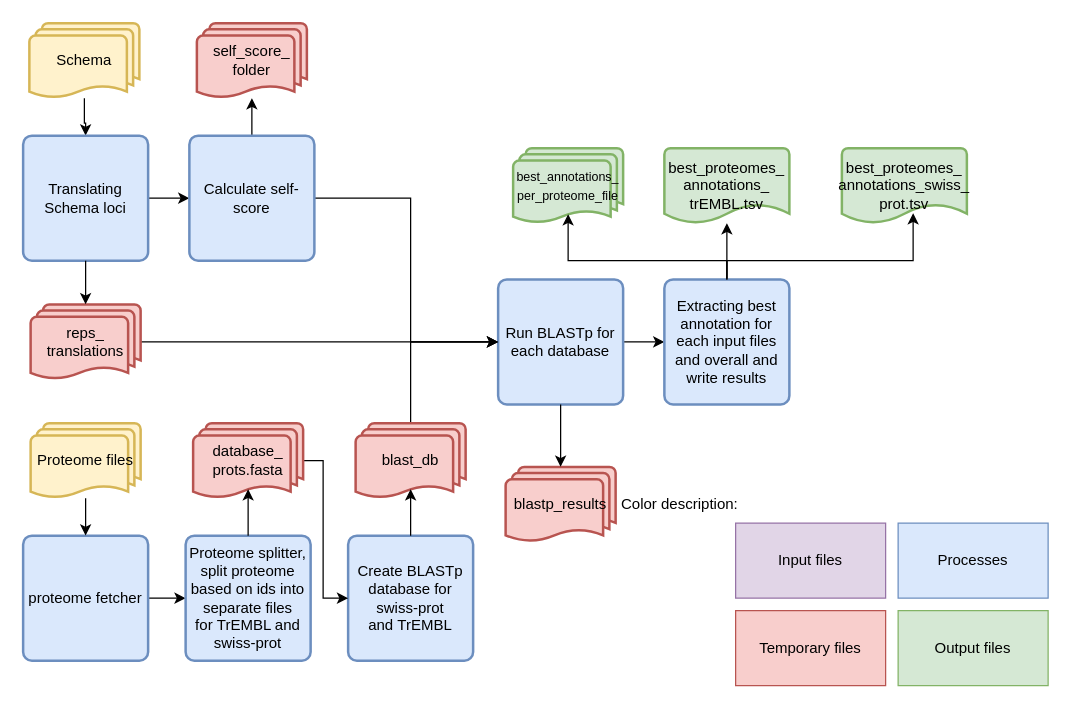
Above: SchemaRefinery/docs/SchemaRefinery/Modules/source/old/uniprot_proteomes_annotation.drawio in B-UMMI/Schema_Refinery (draw.io), before the change. Source tidied: cells renumbered, new cells numbered last; positions are measured from the earlier drawing's top-left corner, leaving out a move shared by most shapes. Both pictures are drawn from the tidied source at 125%, with x=0, y=0 at pixel (22, 22).
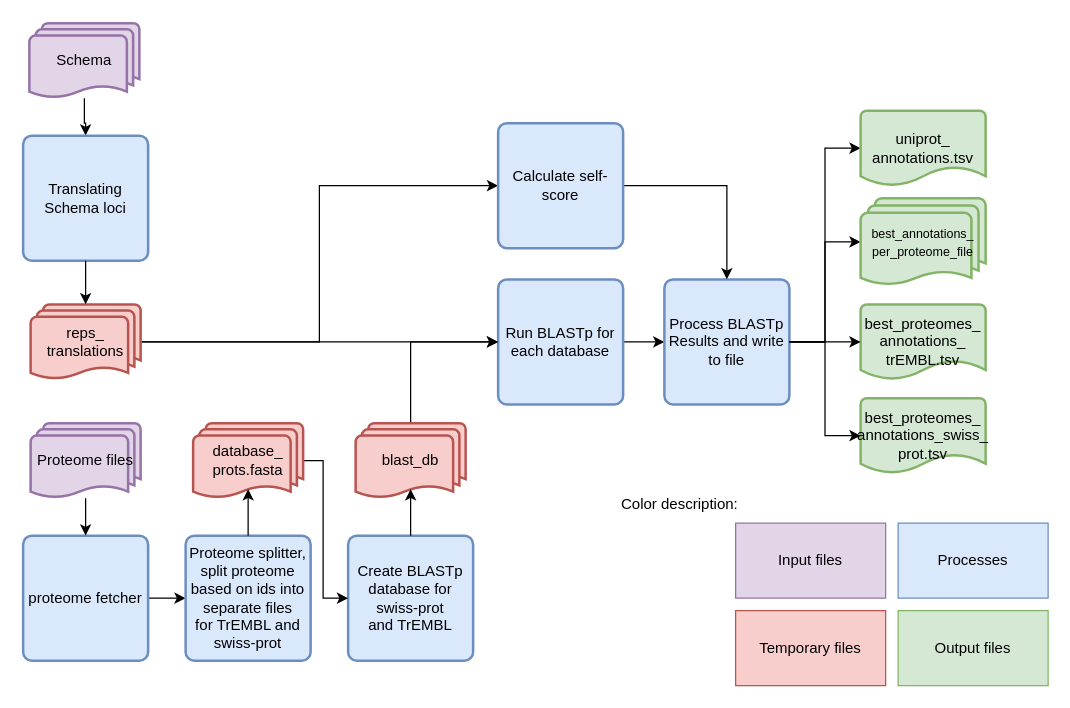
Above is the later version.

Unchanged cells that the change refers to:
```xml
<mxCell id="8" value="Run BLASTp for each database" style="rounded=1;whiteSpace=wrap;html=1;absoluteArcSize=1;arcSize=14;strokeWidth=2;fillColor=#dae8fc;strokeColor=#6c8ebf;" parent="1" vertex="1">
  <mxGeometry x="380" y="205" width="100" height="100" as="geometry" />
</mxCell>
<mxCell id="12" value="Translating Schema loci" style="rounded=1;whiteSpace=wrap;html=1;absoluteArcSize=1;arcSize=14;strokeWidth=2;fillColor=#dae8fc;strokeColor=#6c8ebf;" parent="1" vertex="1">
  <mxGeometry y="90" width="100" height="100" as="geometry" />
</mxCell>
<mxCell id="14" value="reps_&lt;div&gt;translations&lt;/div&gt;" style="strokeWidth=2;html=1;shape=mxgraph.flowchart.multi-document;whiteSpace=wrap;fillColor=#f8cecc;strokeColor=#b85450;" parent="1" vertex="1">
  <mxGeometry x="6" y="225" width="88" height="60" as="geometry" />
</mxCell>
```

Change to the diagram source:
```diff
@@
-    <mxCell id="5" value="Proteome files" style="strokeWidth=2;html=1;shape=mxgraph.flowchart.multi-document;whiteSpace=wrap;fillColor=#fff2cc;strokeColor=#d6b656;" parent="1" vertex="1">
+    <mxCell id="5" value="Proteome files" style="strokeWidth=2;html=1;shape=mxgraph.flowchart.multi-document;whiteSpace=wrap;fillColor=#E1D5E7;strokeColor=#9673A6;" parent="1" vertex="1">
       <mxGeometry x="6" y="320" width="88" height="60" as="geometry" />
     </mxCell>
@@
-    <mxCell id="10" value="Schema" style="strokeWidth=2;html=1;shape=mxgraph.flowchart.multi-document;whiteSpace=wrap;fillColor=#fff2cc;strokeColor=#d6b656;" parent="1" vertex="1">
+    <mxCell id="10" value="Schema" style="strokeWidth=2;html=1;shape=mxgraph.flowchart.multi-document;whiteSpace=wrap;fillColor=#E1D5E7;strokeColor=#9673A6;" parent="1" vertex="1">
       <mxGeometry x="5" width="88" height="60" as="geometry" />
     </mxCell>
-    <mxCell id="11" style="edgeStyle=orthogonalEdgeStyle;rounded=0;jettySize=auto;html=1;" parent="1" edge="1" source="12" target="23">
-      <mxGeometry relative="1" as="geometry" />
-    </mxCell>
@@
+    <mxCell id="41" style="edgeStyle=orthogonalEdgeStyle;rounded=0;jettySize=auto;html=1;entryX=0;entryY=0.5;entryDx=0;entryDy=0;" parent="1" edge="1" source="14" target="23">
+      <mxGeometry relative="1" as="geometry" />
+    </mxCell>
@@
-    <mxCell id="16" style="edgeStyle=orthogonalEdgeStyle;rounded=0;jettySize=auto;html=1;" parent="1" edge="1" source="17" target="24">
-      <mxGeometry relative="1" as="geometry" />
-    </mxCell>
+    <mxCell id="37" style="edgeStyle=orthogonalEdgeStyle;rounded=0;jettySize=auto;html=1;" parent="1" edge="1" source="17" target="18">
+      <mxGeometry relative="1" as="geometry" />
+    </mxCell>
-    <mxCell id="17" value="Extracting best annotation for each input files and overall and write results" style="rounded=1;whiteSpace=wrap;html=1;absoluteArcSize=1;arcSize=14;strokeWidth=2;fillColor=#dae8fc;strokeColor=#6c8ebf;" parent="1" vertex="1">
+    <mxCell id="17" value="Process BLASTp Results and write to file" style="rounded=1;whiteSpace=wrap;html=1;absoluteArcSize=1;arcSize=14;strokeWidth=2;fillColor=#dae8fc;strokeColor=#6c8ebf;" parent="1" vertex="1">
       <mxGeometry x="513" y="205" width="100" height="100" as="geometry" />
     </mxCell>
     <mxCell id="18" value="&lt;span style=&quot;font-size: 10px;&quot;&gt;best_annotations_&lt;/span&gt;&lt;div&gt;&lt;span style=&quot;font-size: 10px;&quot;&gt;per_proteome_file&lt;/span&gt;&lt;/div&gt;" style="strokeWidth=2;html=1;shape=mxgraph.flowchart.multi-document;whiteSpace=wrap;fillColor=#d5e8d4;strokeColor=#82b366;" parent="1" vertex="1">
-      <mxGeometry x="392" y="100" width="88" height="60" as="geometry" />
+      <mxGeometry x="670" y="140" width="100" height="70" as="geometry" />
     </mxCell>
     <mxCell id="19" value="best_proteomes_&lt;div&gt;annotations_swiss_&lt;/div&gt;&lt;div&gt;prot.tsv&lt;/div&gt;" style="strokeWidth=2;html=1;shape=mxgraph.flowchart.document2;whiteSpace=wrap;size=0.25;fillColor=#d5e8d4;strokeColor=#82b366;" parent="1" vertex="1">
-      <mxGeometry x="655" y="100" width="100" height="60" as="geometry" />
+      <mxGeometry x="670" y="300" width="100" height="60" as="geometry" />
     </mxCell>
@@
-    <mxCell id="21" style="edgeStyle=orthogonalEdgeStyle;rounded=0;jettySize=auto;html=1;" parent="1" edge="1" source="23" target="25">
-      <mxGeometry relative="1" as="geometry" />
-    </mxCell>
-    <mxCell id="22" style="edgeStyle=orthogonalEdgeStyle;rounded=0;jettySize=auto;html=1;entryX=0;entryY=0.5;entryDx=0;entryDy=0;" parent="1" edge="1" source="23" target="8">
-      <mxGeometry relative="1" as="geometry">
-        <Array as="points">
-          <mxPoint x="310" y="140" />
-          <mxPoint x="310" y="255" />
-        </Array>
-      </mxGeometry>
-    </mxCell>
+    <mxCell id="42" style="edgeStyle=orthogonalEdgeStyle;rounded=0;jettySize=auto;html=1;" parent="1" edge="1" source="23" target="17">
+      <mxGeometry relative="1" as="geometry" />
+    </mxCell>
     <mxCell id="23" value="Calculate self-score" style="rounded=1;whiteSpace=wrap;html=1;absoluteArcSize=1;arcSize=14;strokeWidth=2;fillColor=#dae8fc;strokeColor=#6c8ebf;" parent="1" vertex="1">
-      <mxGeometry x="133" y="90" width="100" height="100" as="geometry" />
+      <mxGeometry x="380" y="80" width="100" height="100" as="geometry" />
     </mxCell>
     <mxCell id="24" value="best_proteomes_&lt;div&gt;annotations_&lt;/div&gt;&lt;div&gt;trEMBL.tsv&lt;/div&gt;" style="strokeWidth=2;html=1;shape=mxgraph.flowchart.document2;whiteSpace=wrap;size=0.25;fillColor=#d5e8d4;strokeColor=#82b366;" parent="1" vertex="1">
-      <mxGeometry x="513" y="100" width="100" height="60" as="geometry" />
+      <mxGeometry x="670" y="225" width="100" height="60" as="geometry" />
     </mxCell>
-    <mxCell id="25" value="self_score_&lt;div&gt;folder&lt;/div&gt;" style="strokeWidth=2;html=1;shape=mxgraph.flowchart.multi-document;whiteSpace=wrap;fillColor=#f8cecc;strokeColor=#b85450;" parent="1" vertex="1">
-      <mxGeometry x="139" width="88" height="60" as="geometry" />
-    </mxCell>
-    <mxCell id="26" value="blastp_results" style="strokeWidth=2;html=1;shape=mxgraph.flowchart.multi-document;whiteSpace=wrap;fillColor=#f8cecc;strokeColor=#b85450;" parent="1" vertex="1">
-      <mxGeometry x="386" y="355" width="88" height="60" as="geometry" />
-    </mxCell>
@@
-    <mxCell id="32" value="Input files" style="rounded=0;whiteSpace=wrap;html=1;fillColor=#e1d5e7;strokeColor=#9673a6;" parent="1" vertex="1">
+    <mxCell id="32" value="Input files" style="rounded=0;whiteSpace=wrap;html=1;fillColor=#E1D5E7;strokeColor=#9673A6;" parent="1" vertex="1">
       <mxGeometry x="570" y="400" width="120" height="60" as="geometry" />
     </mxCell>
@@
-    <mxCell id="35" style="edgeStyle=orthogonalEdgeStyle;rounded=0;jettySize=auto;html=1;entryX=0.5;entryY=0;entryDx=0;entryDy=0;entryPerimeter=0;" parent="1" edge="1" source="8" target="26">
-      <mxGeometry relative="1" as="geometry" />
-    </mxCell>
-    <mxCell id="36" style="edgeStyle=orthogonalEdgeStyle;rounded=0;jettySize=auto;html=1;entryX=0.57;entryY=0.867;entryDx=0;entryDy=0;entryPerimeter=0;" parent="1" edge="1" source="17" target="19">
-      <mxGeometry relative="1" as="geometry">
-        <Array as="points">
-          <mxPoint x="563" y="190" />
-          <mxPoint x="712" y="190" />
-        </Array>
-      </mxGeometry>
-    </mxCell>
-    <mxCell id="37" style="edgeStyle=orthogonalEdgeStyle;rounded=0;jettySize=auto;html=1;entryX=0.5;entryY=0.88;entryDx=0;entryDy=0;entryPerimeter=0;" parent="1" edge="1" source="17" target="18">
-      <mxGeometry relative="1" as="geometry">
-        <Array as="points">
-          <mxPoint x="563" y="190" />
-          <mxPoint x="436" y="190" />
-        </Array>
-      </mxGeometry>
-    </mxCell>
@@
+    <mxCell id="16" style="edgeStyle=orthogonalEdgeStyle;rounded=0;jettySize=auto;html=1;entryX=0;entryY=0.5;entryDx=0;entryDy=0;entryPerimeter=0;" parent="1" edge="1" source="17" target="24">
+      <mxGeometry relative="1" as="geometry" />
+    </mxCell>
+    <mxCell id="36" style="edgeStyle=orthogonalEdgeStyle;rounded=0;jettySize=auto;html=1;entryX=0;entryY=0.5;entryDx=0;entryDy=0;entryPerimeter=0;" parent="1" edge="1" source="17" target="19">
+      <mxGeometry relative="1" as="geometry" />
+    </mxCell>
+    <mxCell id="43" style="edgeStyle=orthogonalEdgeStyle;rounded=0;jettySize=auto;html=1;exitX=1;exitY=0.5;exitDx=0;exitDy=0;entryX=0;entryY=0.5;entryDx=0;entryDy=0;entryPerimeter=0;" parent="1" edge="1" source="17" target="44">
+      <mxGeometry relative="1" as="geometry" />
+    </mxCell>
+    <mxCell id="44" value="uniprot_&lt;div&gt;annotations.tsv&lt;/div&gt;" style="strokeWidth=2;html=1;shape=mxgraph.flowchart.document2;whiteSpace=wrap;size=0.25;fillColor=#d5e8d4;strokeColor=#82b366;" parent="1" vertex="1">
+      <mxGeometry x="670" y="70" width="100" height="60" as="geometry" />
+    </mxCell>
```
